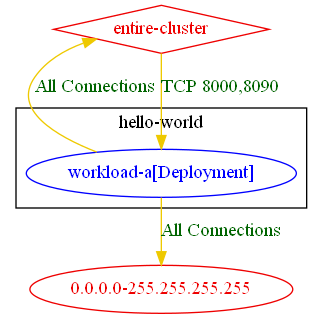
Before: test_outputs/connlist/exposure_test_ingress_from_entire_cluster_with_named_ports_connlist_output.dot.png, a diagram exported from Graphviz (np-guard/netpol-analyzer). Its source is kept beside it as test_outputs/connlist/exposure_test_ingress_from_entire_cluster_with_named_ports_connlist_output.dot.
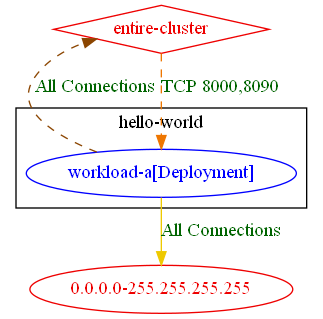
Above is the later version.

What changed in the source:
```diff
@@ -7,7 +7,7 @@
 	}
 	"0.0.0.0-255.255.255.255" [label="0.0.0.0-255.255.255.255" color="red2" fontcolor="red2"]
 	"entire-cluster" [label="entire-cluster" color="red2" fontcolor="red2" shape=diamond]
-	"entire-cluster" -> "hello-world/workload-a[Deployment]" [label="TCP 8000,8090" color="gold2" fontcolor="darkgreen" weight=1]
+	"entire-cluster" -> "hello-world/workload-a[Deployment]" [label="TCP 8000,8090" color="darkorange2" fontcolor="darkgreen" weight=1 style=dashed]
 	"hello-world/workload-a[Deployment]" -> "0.0.0.0-255.255.255.255" [label="All Connections" color="gold2" fontcolor="darkgreen"]
-	"hello-world/workload-a[Deployment]" -> "entire-cluster" [label="All Connections" color="gold2" fontcolor="darkgreen" weight=0.5]
+	"hello-world/workload-a[Deployment]" -> "entire-cluster" [label="All Connections" color="darkorange4" fontcolor="darkgreen" weight=0.5 style=dashed]
 }
```
